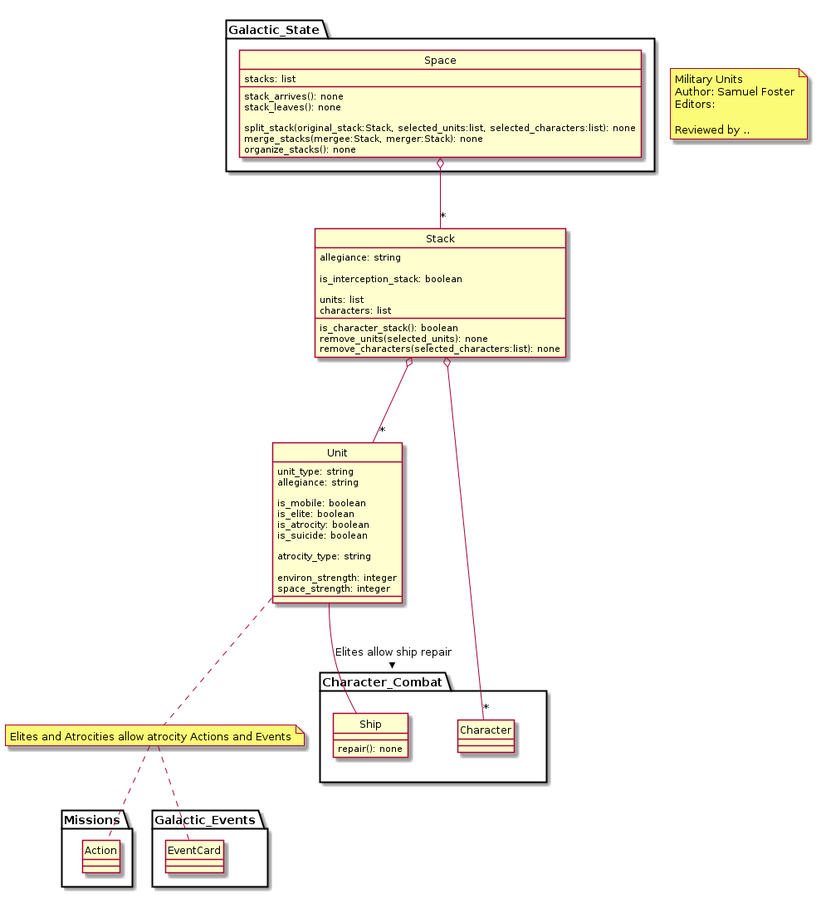
Before: military_combat/military_units_and_combat.png, a diagram exported from PlantUML (ui-cs383/Class-Diagrams).
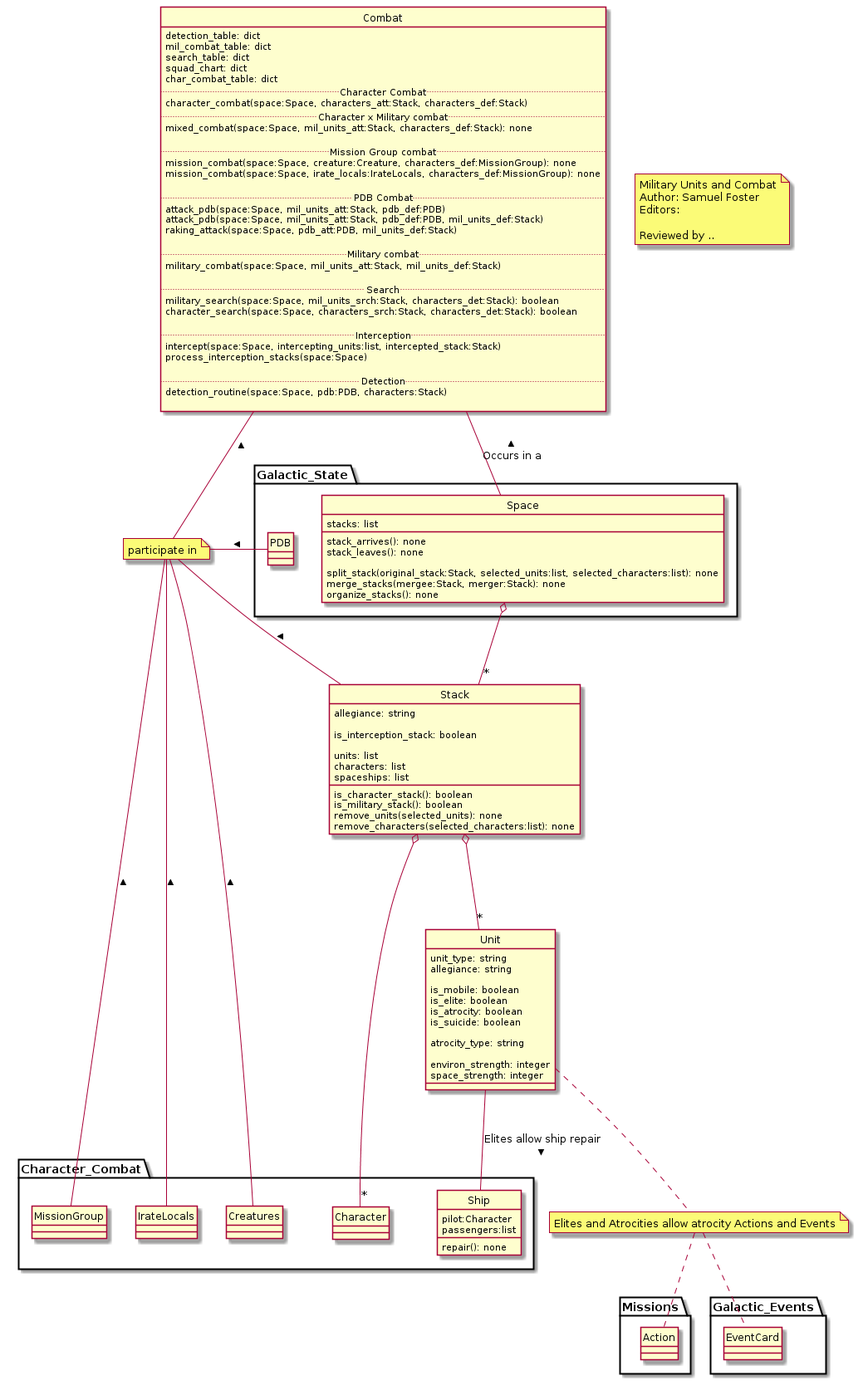
Above is the later version.

Commit message:
Added potential combat 'class' for resolving military and character combat. Improved some language, and added some suggestions for changes to other diagrams.

Diff of the diagram source:
```diff
@@ -1,7 +1,8 @@
 @startuml military_units_and_combat.png
 
+
 note as TITLE
- Military Units
+ Military Units and Combat
  Author: Samuel Foster
  Editors:
 
@@ -15,8 +16,10 @@
 
  units: list
  characters: list
+ spaceships: list
 
  is_character_stack(): boolean
+ is_military_stack(): boolean
  remove_units(selected_units): none
  remove_characters(selected_characters:list): none
 }
@@ -35,6 +38,45 @@
  environ_strength: integer
  space_strength: integer
 }
+
+
+class Combat{
+ detection_table: dict
+ mil_combat_table: dict
+ search_table: dict
+ squad_chart: dict
+ char_combat_table: dict
+ ..Character Combat..
+ character_combat(space:Space, characters_att:Stack, characters_def:Stack)
+ ..Character x Military combat..
+ mixed_combat(space:Space, mil_units_att:Stack, characters_def:Stack): none
+
+ ..Mission Group combat..
+ mission_combat(space:Space, creature:Creature, characters_def:MissionGroup): none
+ mission_combat(space:Space, irate_locals:IrateLocals, characters_def:MissionGroup): none
+
+ ..PDB Combat..
+ attack_pdb(space:Space, mil_units_att:Stack, pdb_def:PDB)
+ attack_pdb(space:Space, mil_units_att:Stack, pdb_def:PDB, mil_units_def:Stack)
+ raking_attack(space:Space, pdb_att:PDB, mil_units_def:Stack)
+
+ ..Military combat..
+ military_combat(space:Space, mil_units_att:Stack, mil_units_def:Stack)
+
+ ..Search..
+ military_search(space:Space, mil_units_srch:Stack, characters_det:Stack): boolean
+ character_search(space:Space, characters_srch:Stack, characters_det:Stack): boolean
+
+ ..Interception..
+ intercept(space:Space, intercepting_units:list, intercepted_stack:Stack)
+ process_interception_stacks(space:Space)
+
+ ..Detection..
+ detection_routine(space:Space, pdb:PDB, characters:Stack)
+
+}
+
+
 
 
 package Missions
@@ -59,7 +101,16 @@
 
 }
 
+class MissionGroup
+
+class IrateLocals
+
+class Creatures
+
 class Ship {
+ pilot:Character
+ passengers:list
+
  repair(): none
 }
 
@@ -79,9 +130,26 @@
  organize_stacks(): none
 }
 
+class PDB
+
 end package
 
 note "Elites and Atrocities allow atrocity Actions and Events" as N1
+
+Unit .. N1
+N1 .. EventCard
+N1 .. Action
+
+note "participate in" as N2
+
+Combat -- N2 : <
+N2 -- MissionGroup : <
+N2 -- Creatures : <
+N2 -- IrateLocals : <
+N2 -- Stack : <
+N2 -- PDB : <
+
+Space -- Combat : Occurs in a >
 
 Space o-- "*" Stack
 
@@ -90,9 +158,9 @@
 
 Unit - Ship : Elites allow ship repair >
 
-Unit .. N1
-N1 .. EventCard
-N1 .. Action
+
+
+
 
 
 
```
